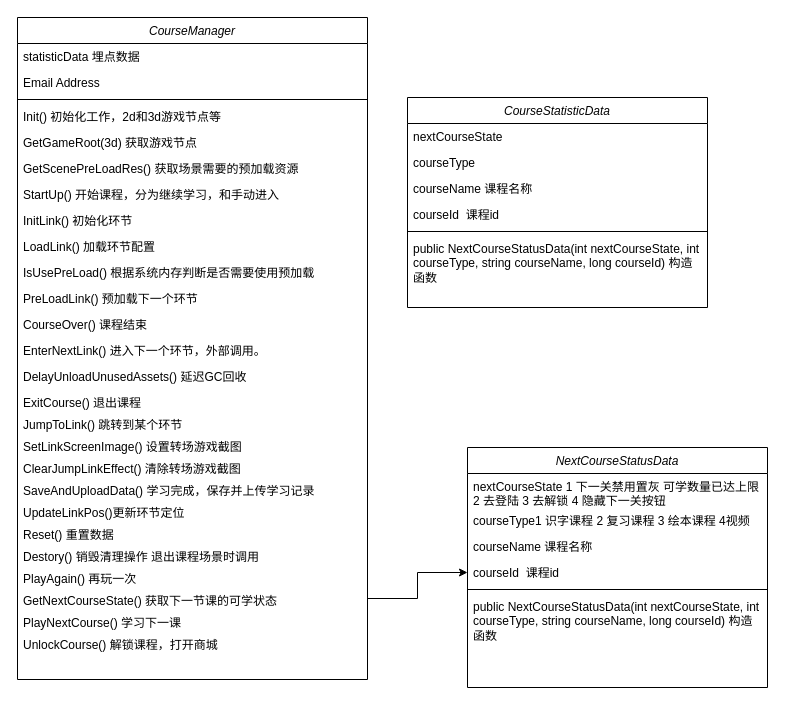
NicoleXiao/Draw keeps this draw.io diagram as CourseManager.drawio. Above is the earlier version. Source tidied: cells renumbered, new cells numbered last; positions are measured from the earlier drawing's top-left corner, leaving out a move shared by most shapes. Both pictures are drawn from the tidied source at 100%, with x=0, y=0 at pixel (17, 17).
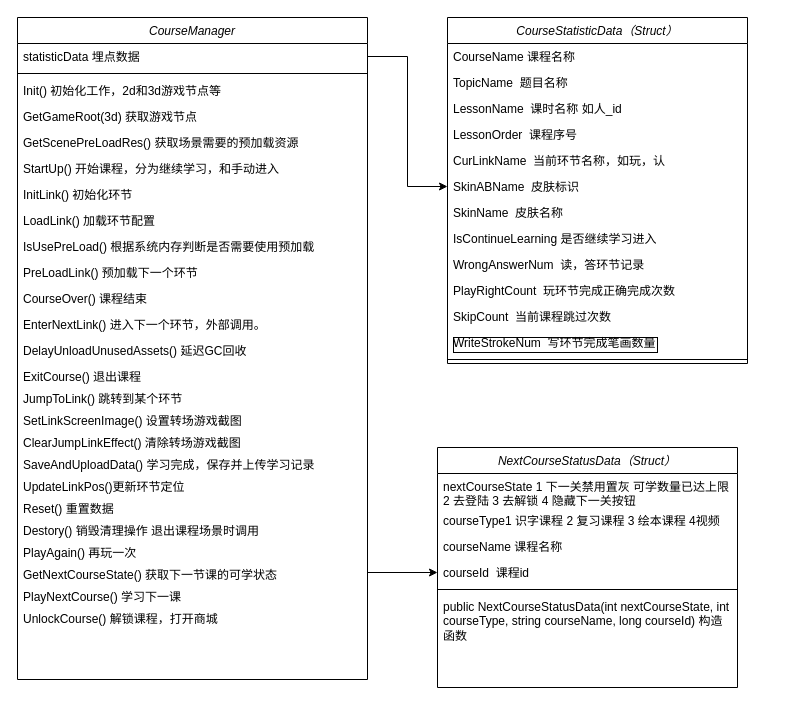
The same diagram, later.

The change refers to these unchanged cells:
```xml
<mxCell id="2" value="CourseManager" style="swimlane;fontStyle=2;align=center;verticalAlign=top;horizontal=1;startSize=26;rounded=0;shadow=0;strokeWidth=1;" parent="1" vertex="1">
  <mxGeometry width="350" height="662" as="geometry" />
</mxCell>
<mxCell id="3" value="statisticData 埋点数据" style="text;align=left;verticalAlign=top;spacingLeft=4;spacingRight=4;overflow=hidden;points=[[0,0.5],[1,0.5]];portConstraint=eastwest;" parent="2" vertex="1">
  <mxGeometry y="26" width="350" height="26" as="geometry" />
</mxCell>
```

Change to the diagram source:
```diff
@@
-    <mxCell id="4" value="Email Address" style="text;align=left;verticalAlign=top;spacingLeft=4;spacingRight=4;overflow=hidden;rounded=0;shadow=0;html=0;" parent="2" vertex="1">
-      <mxGeometry y="52" width="350" height="26" as="geometry" />
-    </mxCell>
     <mxCell id="5" style="line;html=1;strokeWidth=1;align=left;verticalAlign=middle;spacingTop=-1;spacingLeft=3;spacingRight=3;labelPosition=right;" parent="2" vertex="1">
-      <mxGeometry y="78" width="350" height="8" as="geometry" />
+      <mxGeometry y="52" width="350" height="8" as="geometry" />
     </mxCell>
     <mxCell id="6" value="Init() 初始化工作，2d和3d游戏节点等" style="text;align=left;verticalAlign=top;spacingLeft=4;spacingRight=4;overflow=hidden;" parent="2" vertex="1">
-      <mxGeometry y="86" width="350" height="26" as="geometry" />
+      <mxGeometry y="60" width="350" height="26" as="geometry" />
     </mxCell>
     <mxCell id="7" value="GetGameRoot(3d) 获取游戏节点" style="text;align=left;verticalAlign=top;spacingLeft=4;spacingRight=4;overflow=hidden;" parent="2" vertex="1">
-      <mxGeometry y="112" width="350" height="26" as="geometry" />
+      <mxGeometry y="86" width="350" height="26" as="geometry" />
     </mxCell>
     <mxCell id="8" value="GetScenePreLoadRes() 获取场景需要的预加载资源" style="text;align=left;verticalAlign=top;spacingLeft=4;spacingRight=4;overflow=hidden;" parent="2" vertex="1">
-      <mxGeometry y="138" width="350" height="26" as="geometry" />
+      <mxGeometry y="112" width="350" height="26" as="geometry" />
     </mxCell>
     <mxCell id="9" value="StartUp() 开始课程，分为继续学习，和手动进入" style="text;align=left;verticalAlign=top;spacingLeft=4;spacingRight=4;overflow=hidden;" parent="2" vertex="1">
-      <mxGeometry y="164" width="350" height="26" as="geometry" />
+      <mxGeometry y="138" width="350" height="26" as="geometry" />
     </mxCell>
     <mxCell id="10" value="InitLink() 初始化环节" style="text;align=left;verticalAlign=top;spacingLeft=4;spacingRight=4;overflow=hidden;" parent="2" vertex="1">
-      <mxGeometry y="190" width="350" height="26" as="geometry" />
+      <mxGeometry y="164" width="350" height="26" as="geometry" />
     </mxCell>
     <mxCell id="11" value="LoadLink() 加载环节配置" style="text;align=left;verticalAlign=top;spacingLeft=4;spacingRight=4;overflow=hidden;" parent="2" vertex="1">
-      <mxGeometry y="216" width="350" height="26" as="geometry" />
+      <mxGeometry y="190" width="350" height="26" as="geometry" />
     </mxCell>
     <mxCell id="12" value="IsUsePreLoad() 根据系统内存判断是否需要使用预加载" style="text;align=left;verticalAlign=top;spacingLeft=4;spacingRight=4;overflow=hidden;" parent="2" vertex="1">
-      <mxGeometry y="242" width="350" height="26" as="geometry" />
+      <mxGeometry y="216" width="350" height="26" as="geometry" />
     </mxCell>
     <mxCell id="13" value="PreLoadLink() 预加载下一个环节" style="text;align=left;verticalAlign=top;spacingLeft=4;spacingRight=4;overflow=hidden;" parent="2" vertex="1">
-      <mxGeometry y="268" width="350" height="26" as="geometry" />
+      <mxGeometry y="242" width="350" height="26" as="geometry" />
     </mxCell>
     <mxCell id="14" value="CourseOver() 课程结束" style="text;align=left;verticalAlign=top;spacingLeft=4;spacingRight=4;overflow=hidden;" parent="2" vertex="1">
-      <mxGeometry y="294" width="350" height="26" as="geometry" />
+      <mxGeometry y="268" width="350" height="26" as="geometry" />
     </mxCell>
     <mxCell id="15" value="EnterNextLink() 进入下一个环节，外部调用。" style="text;align=left;verticalAlign=top;spacingLeft=4;spacingRight=4;overflow=hidden;" parent="2" vertex="1">
-      <mxGeometry y="320" width="350" height="26" as="geometry" />
+      <mxGeometry y="294" width="350" height="26" as="geometry" />
     </mxCell>
     <mxCell id="16" value="DelayUnloadUnusedAssets() 延迟GC回收" style="text;align=left;verticalAlign=top;spacingLeft=4;spacingRight=4;overflow=hidden;" parent="2" vertex="1">
-      <mxGeometry y="346" width="350" height="26" as="geometry" />
+      <mxGeometry y="320" width="350" height="26" as="geometry" />
     </mxCell>
     <mxCell id="17" value="ExitCourse() 退出课程" style="text;align=left;verticalAlign=top;spacingLeft=4;spacingRight=4;overflow=hidden;" parent="2" vertex="1">
-      <mxGeometry y="372" width="350" height="22" as="geometry" />
+      <mxGeometry y="346" width="350" height="22" as="geometry" />
     </mxCell>
     <mxCell id="18" value="JumpToLink() 跳转到某个环节" style="text;align=left;verticalAlign=top;spacingLeft=4;spacingRight=4;overflow=hidden;" parent="2" vertex="1">
-      <mxGeometry y="394" width="350" height="22" as="geometry" />
+      <mxGeometry y="368" width="350" height="22" as="geometry" />
     </mxCell>
     <mxCell id="19" value="SetLinkScreenImage() 设置转场游戏截图" style="text;align=left;verticalAlign=top;spacingLeft=4;spacingRight=4;overflow=hidden;" parent="2" vertex="1">
-      <mxGeometry y="416" width="350" height="22" as="geometry" />
+      <mxGeometry y="390" width="350" height="22" as="geometry" />
     </mxCell>
     <mxCell id="20" value="ClearJumpLinkEffect() 清除转场游戏截图" style="text;align=left;verticalAlign=top;spacingLeft=4;spacingRight=4;overflow=hidden;" parent="2" vertex="1">
-      <mxGeometry y="438" width="350" height="22" as="geometry" />
+      <mxGeometry y="412" width="350" height="22" as="geometry" />
     </mxCell>
     <mxCell id="21" value="SaveAndUploadData() 学习完成，保存并上传学习记录" style="text;align=left;verticalAlign=top;spacingLeft=4;spacingRight=4;overflow=hidden;" parent="2" vertex="1">
-      <mxGeometry y="460" width="350" height="22" as="geometry" />
+      <mxGeometry y="434" width="350" height="22" as="geometry" />
     </mxCell>
     <mxCell id="22" value="UpdateLinkPos()更新环节定位" style="text;align=left;verticalAlign=top;spacingLeft=4;spacingRight=4;overflow=hidden;" parent="2" vertex="1">
-      <mxGeometry y="482" width="350" height="22" as="geometry" />
+      <mxGeometry y="456" width="350" height="22" as="geometry" />
     </mxCell>
     <mxCell id="23" value="Reset() 重置数据" style="text;align=left;verticalAlign=top;spacingLeft=4;spacingRight=4;overflow=hidden;" parent="2" vertex="1">
-      <mxGeometry y="504" width="350" height="22" as="geometry" />
+      <mxGeometry y="478" width="350" height="22" as="geometry" />
     </mxCell>
     <mxCell id="24" value="Destory() 销毁清理操作 退出课程场景时调用" style="text;align=left;verticalAlign=top;spacingLeft=4;spacingRight=4;overflow=hidden;" parent="2" vertex="1">
-      <mxGeometry y="526" width="350" height="22" as="geometry" />
+      <mxGeometry y="500" width="350" height="22" as="geometry" />
     </mxCell>
     <mxCell id="25" value="PlayAgain() 再玩一次" style="text;align=left;verticalAlign=top;spacingLeft=4;spacingRight=4;overflow=hidden;" parent="2" vertex="1">
-      <mxGeometry y="548" width="350" height="22" as="geometry" />
+      <mxGeometry y="522" width="350" height="22" as="geometry" />
     </mxCell>
     <mxCell id="26" value="GetNextCourseState() 获取下一节课的可学状态" style="text;align=left;verticalAlign=top;spacingLeft=4;spacingRight=4;overflow=hidden;points=[[0,0.5],[1,0.5]];portConstraint=eastwest;" parent="2" vertex="1">
-      <mxGeometry y="570" width="350" height="22" as="geometry" />
+      <mxGeometry y="544" width="350" height="22" as="geometry" />
     </mxCell>
     <mxCell id="27" value="PlayNextCourse() 学习下一课" style="text;align=left;verticalAlign=top;spacingLeft=4;spacingRight=4;overflow=hidden;" parent="2" vertex="1">
-      <mxGeometry y="592" width="350" height="22" as="geometry" />
+      <mxGeometry y="566" width="350" height="22" as="geometry" />
     </mxCell>
     <mxCell id="28" value="UnlockCourse() 解锁课程，打开商城" style="text;align=left;verticalAlign=top;spacingLeft=4;spacingRight=4;overflow=hidden;" parent="2" vertex="1">
-      <mxGeometry y="614" width="350" height="22" as="geometry" />
+      <mxGeometry y="588" width="350" height="22" as="geometry" />
     </mxCell>
-    <mxCell id="29" value="NextCourseStatusData" style="swimlane;fontStyle=2;align=center;verticalAlign=top;horizontal=1;startSize=26;rounded=0;shadow=0;strokeWidth=1;" parent="1" vertex="1">
-      <mxGeometry x="450" y="430" width="300" height="240" as="geometry" />
+    <mxCell id="29" value="NextCourseStatusData（Struct）" style="swimlane;fontStyle=2;align=center;verticalAlign=top;horizontal=1;startSize=26;rounded=0;shadow=0;strokeWidth=1;" parent="1" vertex="1">
+      <mxGeometry x="420" y="430" width="300" height="240" as="geometry" />
     </mxCell>
@@
-    <mxCell id="37" value="CourseStatisticData" style="swimlane;fontStyle=2;align=center;verticalAlign=top;horizontal=1;startSize=26;rounded=0;shadow=0;strokeWidth=1;" parent="1" vertex="1">
-      <mxGeometry x="390" y="80" width="300" height="210" as="geometry" />
+    <mxCell id="37" value="CourseStatisticData（Struct）" style="swimlane;fontStyle=2;align=center;verticalAlign=top;horizontal=1;startSize=26;rounded=0;shadow=0;strokeWidth=1;" parent="1" vertex="1">
+      <mxGeometry x="430" width="300" height="346" as="geometry" />
     </mxCell>
-    <mxCell id="38" value="nextCourseState" style="text;align=left;verticalAlign=top;spacingLeft=4;spacingRight=4;overflow=hidden;" parent="37" vertex="1">
+    <mxCell id="38" value="CourseName 课程名称" style="text;align=left;verticalAlign=top;spacingLeft=4;spacingRight=4;overflow=hidden;" parent="37" vertex="1">
       <mxGeometry y="26" width="300" height="26" as="geometry" />
     </mxCell>
-    <mxCell id="39" value="courseType " style="text;align=left;verticalAlign=top;spacingLeft=4;spacingRight=4;overflow=hidden;rounded=0;shadow=0;html=0;" parent="37" vertex="1">
+    <mxCell id="39" value="TopicName  题目名称" style="text;align=left;verticalAlign=top;spacingLeft=4;spacingRight=4;overflow=hidden;rounded=0;shadow=0;html=0;" parent="37" vertex="1">
       <mxGeometry y="52" width="300" height="26" as="geometry" />
     </mxCell>
-    <mxCell id="40" value="courseName 课程名称" style="text;align=left;verticalAlign=top;spacingLeft=4;spacingRight=4;overflow=hidden;rounded=0;shadow=0;html=0;" parent="37" vertex="1">
+    <mxCell id="40" value="LessonName  课时名称 如人_id" style="text;align=left;verticalAlign=top;spacingLeft=4;spacingRight=4;overflow=hidden;rounded=0;shadow=0;html=0;" parent="37" vertex="1">
       <mxGeometry y="78" width="300" height="26" as="geometry" />
     </mxCell>
-    <mxCell id="41" value="courseId  课程id" style="text;align=left;verticalAlign=top;spacingLeft=4;spacingRight=4;overflow=hidden;rounded=0;shadow=0;html=0;" parent="37" vertex="1">
+    <mxCell id="41" value="LessonOrder  课程序号" style="text;align=left;verticalAlign=top;spacingLeft=4;spacingRight=4;overflow=hidden;rounded=0;shadow=0;html=0;" parent="37" vertex="1">
       <mxGeometry y="104" width="300" height="26" as="geometry" />
     </mxCell>
+    <mxCell id="44" value="CurLinkName  当前环节名称，如玩，认" style="text;align=left;verticalAlign=top;spacingLeft=4;spacingRight=4;overflow=hidden;rounded=0;shadow=0;html=0;" parent="37" vertex="1">
+      <mxGeometry y="130" width="300" height="26" as="geometry" />
+    </mxCell>
+    <mxCell id="45" value="SkinABName  皮肤标识" style="text;align=left;verticalAlign=top;spacingLeft=4;spacingRight=4;overflow=hidden;points=[[0,0.5],[1,0.5]];portConstraint=eastwest;rounded=0;shadow=0;html=0;" parent="37" vertex="1">
+      <mxGeometry y="156" width="300" height="26" as="geometry" />
+    </mxCell>
+    <mxCell id="46" value="SkinName  皮肤名称" style="text;align=left;verticalAlign=top;spacingLeft=4;spacingRight=4;overflow=hidden;rounded=0;shadow=0;html=0;" parent="37" vertex="1">
+      <mxGeometry y="182" width="300" height="26" as="geometry" />
+    </mxCell>
+    <mxCell id="47" value="IsContinueLearning 是否继续学习进入" style="text;align=left;verticalAlign=top;spacingLeft=4;spacingRight=4;overflow=hidden;rounded=0;shadow=0;html=0;" parent="37" vertex="1">
+      <mxGeometry y="208" width="300" height="26" as="geometry" />
+    </mxCell>
+    <mxCell id="48" value="WrongAnswerNum  读，答环节记录" style="text;align=left;verticalAlign=top;spacingLeft=4;spacingRight=4;overflow=hidden;rounded=0;shadow=0;html=0;" parent="37" vertex="1">
+      <mxGeometry y="234" width="300" height="26" as="geometry" />
+    </mxCell>
+    <mxCell id="49" value="PlayRightCount  玩环节完成正确完成次数" style="text;align=left;verticalAlign=top;spacingLeft=4;spacingRight=4;overflow=hidden;rounded=0;shadow=0;html=0;" parent="37" vertex="1">
+      <mxGeometry y="260" width="300" height="26" as="geometry" />
+    </mxCell>
+    <mxCell id="50" value="SkipCount  当前课程跳过次数" style="text;align=left;verticalAlign=top;spacingLeft=4;spacingRight=4;overflow=hidden;rounded=0;shadow=0;html=0;" parent="37" vertex="1">
+      <mxGeometry y="286" width="300" height="26" as="geometry" />
+    </mxCell>
+    <mxCell id="51" value="WriteStrokeNum  写环节完成笔画数量" style="text;align=left;verticalAlign=top;spacingLeft=4;spacingRight=4;overflow=hidden;rounded=0;shadow=0;html=0;labelBorderColor=default;" parent="37" vertex="1">
+      <mxGeometry y="312" width="300" height="26" as="geometry" />
+    </mxCell>
     <mxCell id="42" style="line;html=1;strokeWidth=1;align=left;verticalAlign=middle;spacingTop=-1;spacingLeft=3;spacingRight=3;labelPosition=right;" parent="37" vertex="1">
-      <mxGeometry y="130" width="300" height="8" as="geometry" />
+      <mxGeometry y="338" width="300" height="8" as="geometry" />
     </mxCell>
-    <mxCell id="43" value="public NextCourseStatusData(int nextCourseState, int courseType, string courseName, long courseId) 构造函数" style="text;align=left;verticalAlign=top;spacingLeft=4;spacingRight=4;overflow=hidden;whiteSpace=wrap;" parent="37" vertex="1">
-      <mxGeometry y="138" width="300" height="62" as="geometry" />
-    </mxCell>
+    <mxCell id="52" style="edgeStyle=orthogonalEdgeStyle;rounded=0;jettySize=auto;html=1;entryX=0;entryY=0.5;entryDx=0;entryDy=0;" parent="1" edge="1" source="3" target="45">
+      <mxGeometry relative="1" as="geometry" />
+    </mxCell>
```
